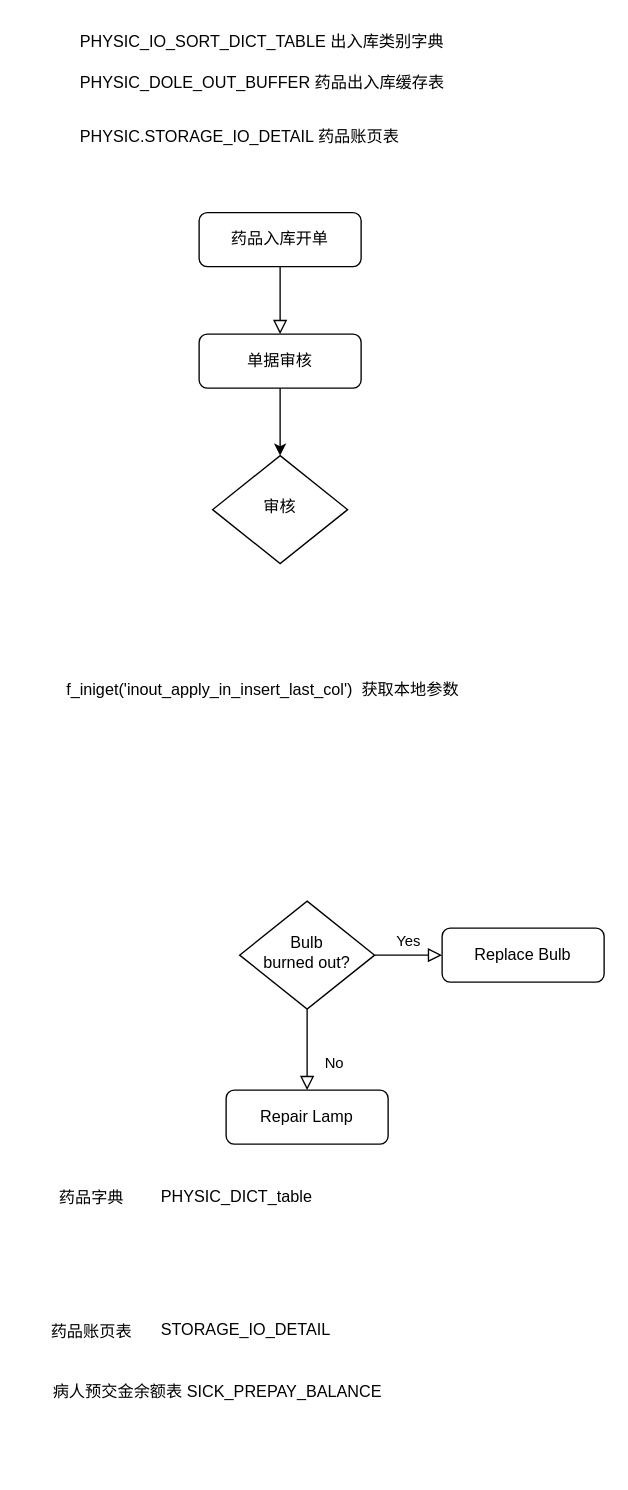
Above: Untitled Diagram.drawio in hooo/test (draw.io), before the change. Source tidied: cells renumbered, new cells numbered last; positions are measured from the earlier drawing's top-left corner, leaving out a move shared by most shapes. Both pictures are drawn from the tidied source at 135%, with x=0, y=0 at pixel (23, 23).
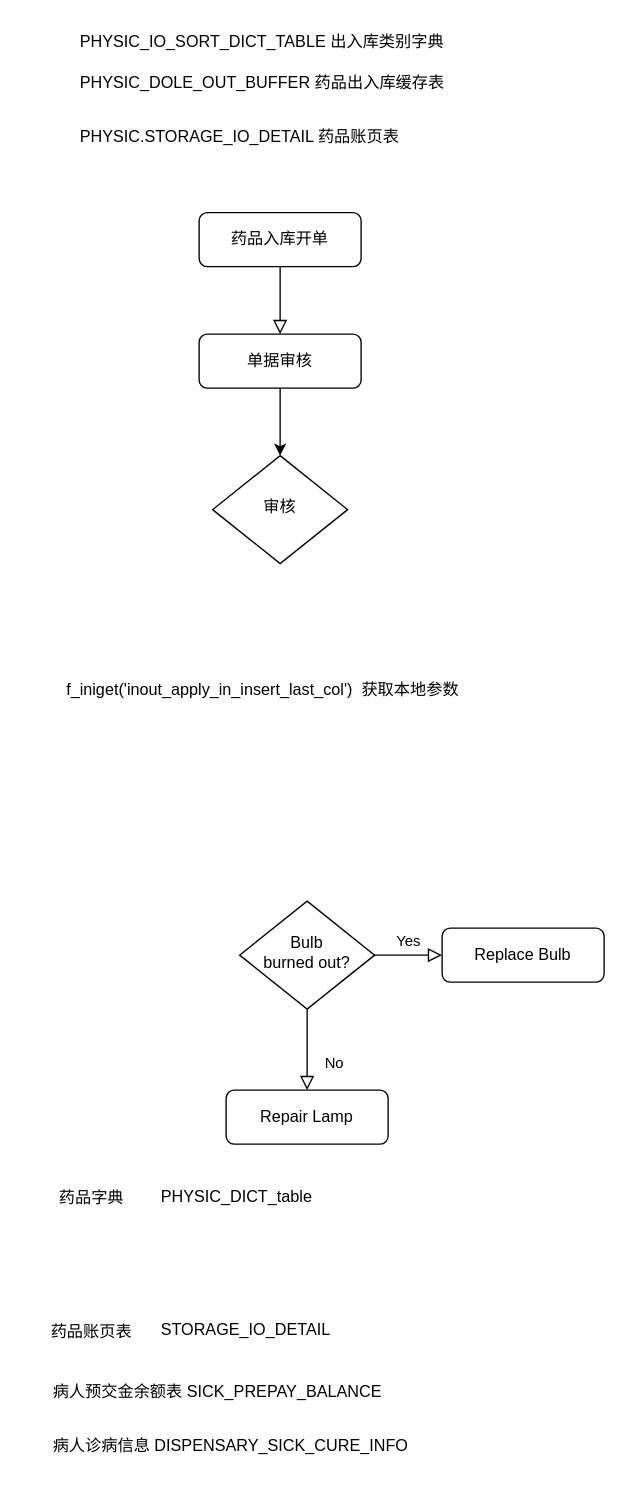
Above is the later version.

What changed in the source:
```diff
@@
+    <mxCell id="21" value="病人诊病信息 DISPENSARY_SICK_CURE_INFO" style="text;whiteSpace=wrap;html=1;" parent="1" vertex="1">
+      <mxGeometry x="20" y="1040" width="350" height="30" as="geometry" />
+    </mxCell>
```
